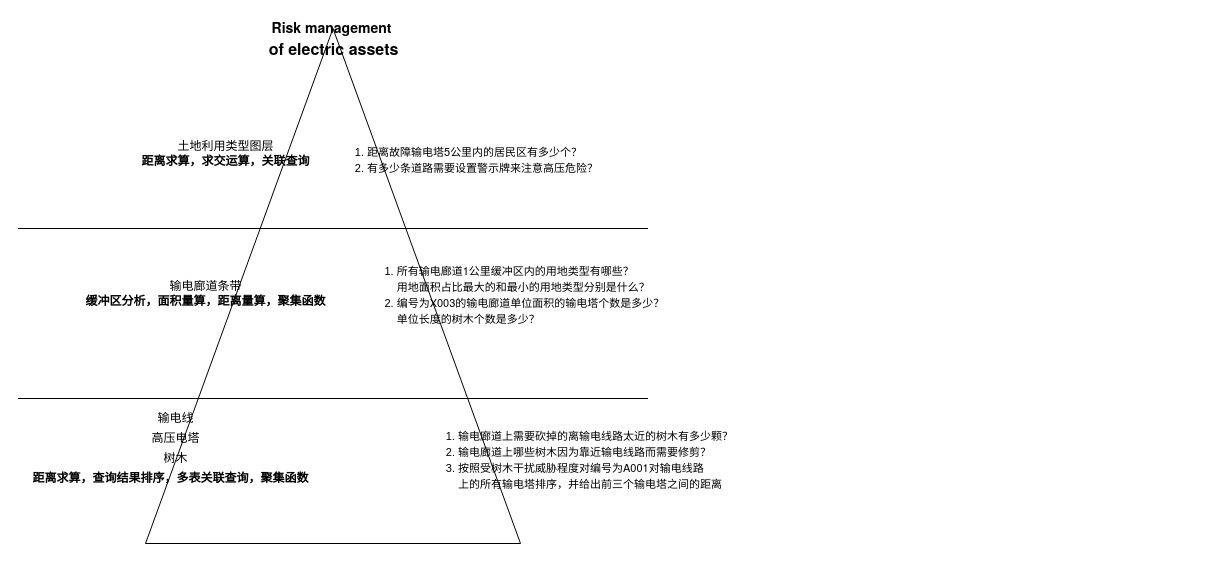
The draw.io diagram watersupply.drawio in dorbodwolf/graphs_from_draw.io, before the edit. Source tidied: cells renumbered, new cells numbered last; positions are measured from the earlier drawing's top-left corner, leaving out a move shared by most shapes. Both pictures are drawn from the tidied source at 100%, with x=0, y=0 at pixel (17, 18).
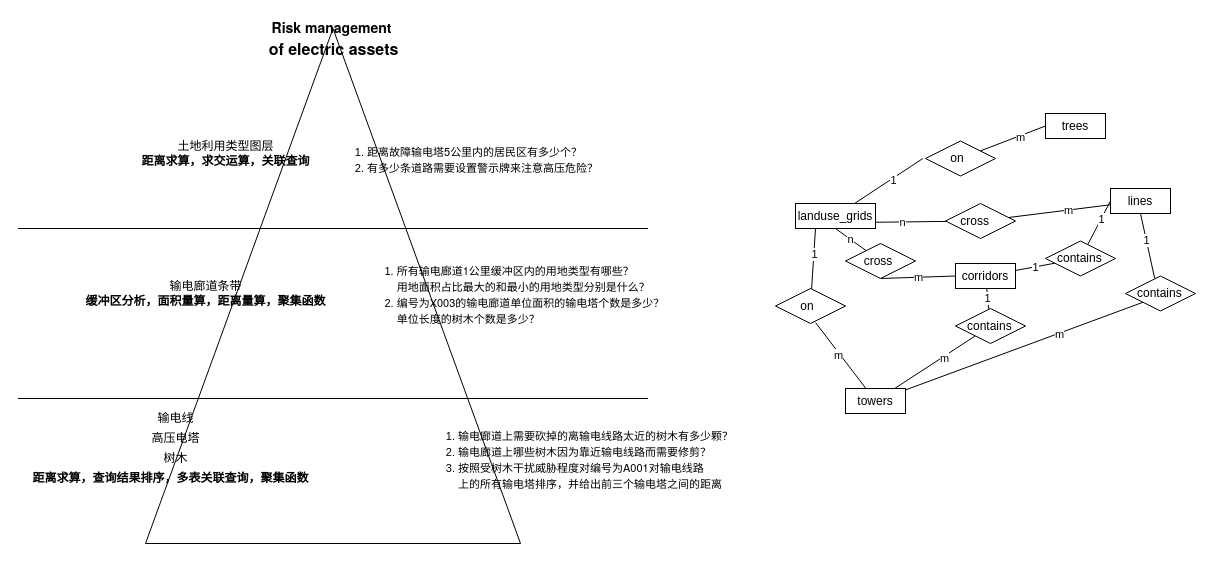
After the change.

What changed in the source:
```diff
@@
+    <mxCell id="15" value="trees" style="rounded=0;whiteSpace=wrap;html=1;align=center;" parent="1" vertex="1">
+      <mxGeometry x="1028" y="95" width="60" height="25" as="geometry" />
+    </mxCell>
+    <mxCell id="16" style="edgeStyle=none;rounded=0;jettySize=auto;html=1;entryX=0;entryY=0.5;entryDx=0;entryDy=0;endArrow=none;endFill=0;" parent="1" edge="1" source="18" target="15">
+      <mxGeometry relative="1" as="geometry" />
+    </mxCell>
+    <mxCell id="17" value="m" style="edgeLabel;html=1;align=center;verticalAlign=middle;" parent="16" vertex="1">
+      <mxGeometry x="0.19" y="-1" relative="1" as="geometry" />
+    </mxCell>
+    <mxCell id="18" value="&amp;nbsp; &amp;nbsp; &amp;nbsp; &amp;nbsp;on" style="rhombus;whiteSpace=wrap;html=1;align=left;" parent="1" vertex="1">
+      <mxGeometry x="908" y="122.5" width="70" height="35" as="geometry" />
+    </mxCell>
+    <mxCell id="19" style="rounded=0;jettySize=auto;html=1;entryX=-0.038;entryY=0.501;entryDx=0;entryDy=0;entryPerimeter=0;horizontal=0;endArrow=none;endFill=0;" parent="1" edge="1" source="23" target="18">
+      <mxGeometry relative="1" as="geometry" />
+    </mxCell>
+    <mxCell id="20" value="1" style="edgeLabel;html=1;align=center;verticalAlign=middle;" parent="19" vertex="1">
+      <mxGeometry x="0.1" y="-1" relative="1" as="geometry" />
+    </mxCell>
+    <mxCell id="21" style="edgeStyle=none;rounded=0;jettySize=auto;html=1;exitX=1;exitY=0.75;exitDx=0;exitDy=0;endArrow=none;endFill=0;" parent="1" edge="1" source="23" target="48">
+      <mxGeometry relative="1" as="geometry" />
+    </mxCell>
+    <mxCell id="22" value="n" style="edgeLabel;html=1;align=center;verticalAlign=middle;" parent="21" vertex="1">
+      <mxGeometry x="-0.23" relative="1" as="geometry" />
+    </mxCell>
+    <mxCell id="23" value="landuse_grids" style="rounded=0;whiteSpace=wrap;html=1;align=center;" parent="1" vertex="1">
+      <mxGeometry x="778" y="185" width="80" height="25" as="geometry" />
+    </mxCell>
+    <mxCell id="24" style="edgeStyle=none;rounded=0;jettySize=auto;html=1;entryX=0.573;entryY=0.976;entryDx=0;entryDy=0;entryPerimeter=0;endArrow=none;endFill=0;" parent="1" edge="1" source="26" target="51">
+      <mxGeometry relative="1" as="geometry" />
+    </mxCell>
+    <mxCell id="25" value="m" style="edgeLabel;html=1;align=center;verticalAlign=middle;" parent="24" vertex="1">
+      <mxGeometry x="0.06" y="2" relative="1" as="geometry" />
+    </mxCell>
+    <mxCell id="26" value="towers" style="rounded=0;whiteSpace=wrap;html=1;align=center;" parent="1" vertex="1">
+      <mxGeometry x="828" y="370" width="60" height="25" as="geometry" />
+    </mxCell>
+    <mxCell id="27" style="edgeStyle=none;rounded=0;jettySize=auto;html=1;endArrow=none;endFill=0;" parent="1" edge="1" source="30" target="39">
+      <mxGeometry relative="1" as="geometry" />
+    </mxCell>
+    <mxCell id="28" value="1" style="edgeLabel;html=1;align=center;verticalAlign=middle;" parent="27" vertex="1">
+      <mxGeometry x="0.01" relative="1" as="geometry" />
+    </mxCell>
+    <mxCell id="29" value="1" style="edgeStyle=none;rounded=0;jettySize=auto;html=1;endArrow=none;endFill=0;" parent="1" edge="1" source="30" target="42">
+      <mxGeometry relative="1" as="geometry" />
+    </mxCell>
+    <mxCell id="30" value="corridors" style="rounded=0;whiteSpace=wrap;html=1;align=center;" parent="1" vertex="1">
+      <mxGeometry x="938" y="245" width="60" height="25" as="geometry" />
+    </mxCell>
+    <mxCell id="31" style="edgeStyle=none;rounded=0;jettySize=auto;html=1;exitX=0.5;exitY=1;exitDx=0;exitDy=0;entryX=0.416;entryY=0.061;entryDx=0;entryDy=0;entryPerimeter=0;endArrow=none;endFill=0;" parent="1" edge="1" source="33" target="45">
+      <mxGeometry relative="1" as="geometry" />
+    </mxCell>
+    <mxCell id="32" value="1" style="edgeLabel;html=1;align=center;verticalAlign=middle;" parent="31" vertex="1">
+      <mxGeometry x="-0.19" relative="1" as="geometry" />
+    </mxCell>
+    <mxCell id="33" value="lines" style="rounded=0;whiteSpace=wrap;html=1;align=center;" parent="1" vertex="1">
+      <mxGeometry x="1093" y="170" width="60" height="25" as="geometry" />
+    </mxCell>
+    <mxCell id="34" value="n" style="edgeStyle=none;rounded=0;jettySize=auto;html=1;endArrow=none;endFill=0;entryX=0.5;entryY=1;entryDx=0;entryDy=0;" parent="1" edge="1" source="36" target="23">
+      <mxGeometry relative="1" as="geometry" />
+    </mxCell>
+    <mxCell id="35" value="m" style="edgeStyle=none;rounded=0;jettySize=auto;html=1;exitX=0.5;exitY=1;exitDx=0;exitDy=0;entryX=0;entryY=0.5;entryDx=0;entryDy=0;endArrow=none;endFill=0;" parent="1" edge="1" source="36" target="30">
+      <mxGeometry relative="1" as="geometry" />
+    </mxCell>
+    <mxCell id="36" value="&amp;nbsp; &amp;nbsp; &amp;nbsp;cross" style="rhombus;whiteSpace=wrap;html=1;align=left;" parent="1" vertex="1">
+      <mxGeometry x="828" y="225" width="70" height="35" as="geometry" />
+    </mxCell>
+    <mxCell id="37" style="edgeStyle=none;rounded=0;jettySize=auto;html=1;entryX=0;entryY=0.5;entryDx=0;entryDy=0;endArrow=none;endFill=0;" parent="1" edge="1" source="39" target="33">
+      <mxGeometry relative="1" as="geometry" />
+    </mxCell>
+    <mxCell id="38" value="1" style="edgeLabel;html=1;align=center;verticalAlign=middle;" parent="37" vertex="1">
+      <mxGeometry x="0.17" relative="1" as="geometry" />
+    </mxCell>
+    <mxCell id="39" value="&amp;nbsp; &amp;nbsp;contains" style="rhombus;whiteSpace=wrap;html=1;align=left;" parent="1" vertex="1">
+      <mxGeometry x="1028" y="222.5" width="70" height="35" as="geometry" />
+    </mxCell>
+    <mxCell id="40" style="edgeStyle=none;rounded=0;jettySize=auto;html=1;endArrow=none;endFill=0;" parent="1" edge="1" source="42" target="26">
+      <mxGeometry relative="1" as="geometry" />
+    </mxCell>
+    <mxCell id="41" value="m" style="edgeLabel;html=1;align=center;verticalAlign=middle;" parent="40" vertex="1">
+      <mxGeometry x="-0.21" y="1" relative="1" as="geometry" />
+    </mxCell>
+    <mxCell id="42" value="&amp;nbsp; &amp;nbsp;contains" style="rhombus;whiteSpace=wrap;html=1;align=left;" parent="1" vertex="1">
+      <mxGeometry x="938" y="290" width="70" height="35" as="geometry" />
+    </mxCell>
+    <mxCell id="43" style="edgeStyle=none;rounded=0;jettySize=auto;html=1;exitX=0;exitY=1;exitDx=0;exitDy=0;endArrow=none;endFill=0;" parent="1" edge="1" source="45" target="26">
+      <mxGeometry relative="1" as="geometry" />
+    </mxCell>
+    <mxCell id="44" value="m" style="edgeLabel;html=1;align=center;verticalAlign=middle;" parent="43" vertex="1">
+      <mxGeometry x="-0.29" y="1" relative="1" as="geometry" />
+    </mxCell>
+    <mxCell id="45" value="&amp;nbsp; &amp;nbsp;contains" style="rhombus;whiteSpace=wrap;html=1;align=left;" parent="1" vertex="1">
+      <mxGeometry x="1108" y="257.5" width="70" height="35" as="geometry" />
+    </mxCell>
+    <mxCell id="46" style="edgeStyle=none;rounded=0;jettySize=auto;html=1;endArrow=none;endFill=0;" parent="1" edge="1" source="48" target="33">
+      <mxGeometry relative="1" as="geometry" />
+    </mxCell>
+    <mxCell id="47" value="m" style="edgeLabel;html=1;align=center;verticalAlign=middle;" parent="46" vertex="1">
+      <mxGeometry x="0.17" relative="1" as="geometry" />
+    </mxCell>
+    <mxCell id="48" value="&amp;nbsp; &amp;nbsp; cross" style="rhombus;whiteSpace=wrap;html=1;align=left;" parent="1" vertex="1">
+      <mxGeometry x="928" y="185" width="70" height="35" as="geometry" />
+    </mxCell>
+    <mxCell id="49" style="edgeStyle=none;rounded=0;jettySize=auto;html=1;entryX=0.25;entryY=1;entryDx=0;entryDy=0;endArrow=none;endFill=0;" parent="1" edge="1" source="51" target="23">
+      <mxGeometry relative="1" as="geometry" />
+    </mxCell>
+    <mxCell id="50" value="1" style="edgeLabel;html=1;align=center;verticalAlign=middle;" parent="49" vertex="1">
+      <mxGeometry x="0.15" relative="1" as="geometry" />
+    </mxCell>
+    <mxCell id="51" value="&amp;nbsp; &amp;nbsp; &amp;nbsp; &amp;nbsp;on" style="rhombus;whiteSpace=wrap;html=1;align=left;" parent="1" vertex="1">
+      <mxGeometry x="758" y="270" width="70" height="35" as="geometry" />
+    </mxCell>
```
